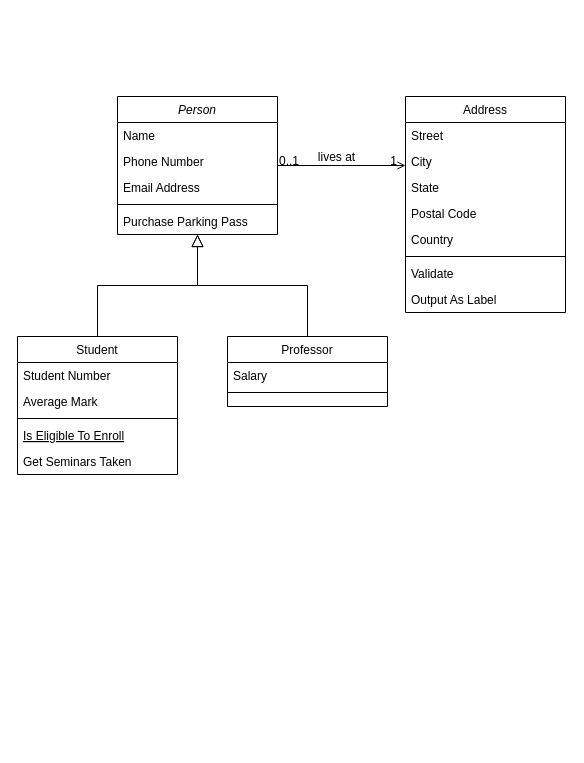
Earlier version of the draw.io diagram Clas-Diagram-Perpus-Digital.drawio (salmatsaniatul/Perpus_Digital-TEFA). Source tidied: cells renumbered, new cells numbered last; positions are measured from the earlier drawing's top-left corner, leaving out a move shared by most shapes. Both pictures are drawn from the tidied source at 100%, with x=0, y=0 at pixel (17, 96).
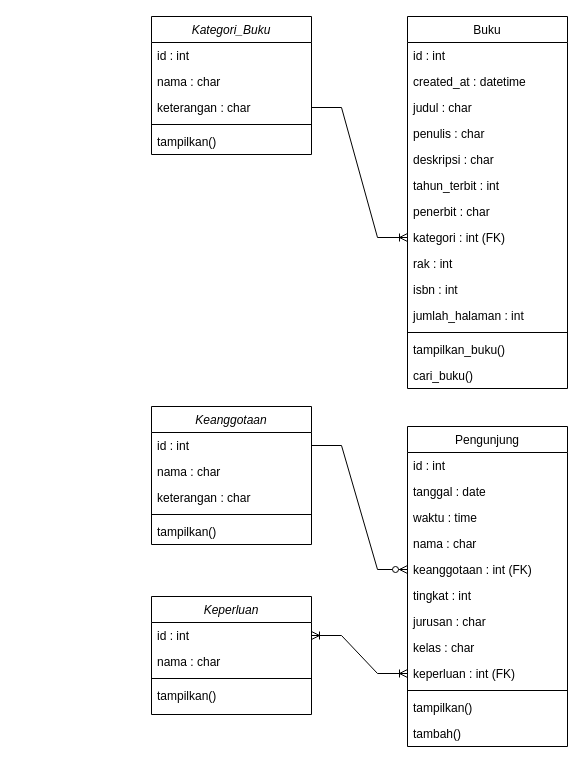
Above is the later version.

The edit, as a diff of the source:
```diff
@@
-    <mxCell id="2" value="Person" style="swimlane;fontStyle=2;align=center;verticalAlign=top;horizontal=1;startSize=26;rounded=0;shadow=0;strokeWidth=1;" parent="1" vertex="1">
-      <mxGeometry x="100" width="160" height="138" as="geometry" />
+    <mxCell id="2" value="Kategori_Buku" style="swimlane;fontStyle=2;align=center;verticalAlign=top;horizontal=1;startSize=26;rounded=0;shadow=0;strokeWidth=1;" parent="1" vertex="1">
+      <mxGeometry x="134" y="-80" width="160" height="138" as="geometry" />
     </mxCell>
-    <mxCell id="3" value="Name" style="text;align=left;verticalAlign=top;spacingLeft=4;spacingRight=4;overflow=hidden;" parent="2" vertex="1">
+    <mxCell id="3" value="id : int" style="text;align=left;verticalAlign=top;spacingLeft=4;spacingRight=4;overflow=hidden;" parent="2" vertex="1">
       <mxGeometry y="26" width="160" height="26" as="geometry" />
     </mxCell>
-    <mxCell id="4" value="Phone Number" style="text;align=left;verticalAlign=top;spacingLeft=4;spacingRight=4;overflow=hidden;rounded=0;shadow=0;html=0;" parent="2" vertex="1">
+    <mxCell id="4" value="nama : char" style="text;align=left;verticalAlign=top;spacingLeft=4;spacingRight=4;overflow=hidden;rounded=0;shadow=0;html=0;" parent="2" vertex="1">
       <mxGeometry y="52" width="160" height="26" as="geometry" />
     </mxCell>
-    <mxCell id="5" value="Email Address" style="text;align=left;verticalAlign=top;spacingLeft=4;spacingRight=4;overflow=hidden;points=[[0,0.5],[1,0.5]];portConstraint=eastwest;rounded=0;shadow=0;html=0;" parent="2" vertex="1">
+    <mxCell id="5" value="keterangan : char" style="text;align=left;verticalAlign=top;spacingLeft=4;spacingRight=4;overflow=hidden;points=[[0,0.5],[1,0.5]];portConstraint=eastwest;rounded=0;shadow=0;html=0;" parent="2" vertex="1">
       <mxGeometry y="78" width="160" height="26" as="geometry" />
     </mxCell>
@@
-    <mxCell id="7" value="Purchase Parking Pass" style="text;align=left;verticalAlign=top;spacingLeft=4;spacingRight=4;overflow=hidden;" parent="2" vertex="1">
+    <mxCell id="7" value="tampilkan()" style="text;align=left;verticalAlign=top;spacingLeft=4;spacingRight=4;overflow=hidden;" parent="2" vertex="1">
       <mxGeometry y="112" width="160" height="26" as="geometry" />
     </mxCell>
-    <mxCell id="8" value="Student" style="swimlane;fontStyle=0;align=center;verticalAlign=top;horizontal=1;startSize=26;rounded=0;shadow=0;strokeWidth=1;" parent="1" vertex="1">
-      <mxGeometry y="240" width="160" height="138" as="geometry" />
-    </mxCell>
-    <mxCell id="9" value="Student Number" style="text;align=left;verticalAlign=top;spacingLeft=4;spacingRight=4;overflow=hidden;" parent="8" vertex="1">
-      <mxGeometry y="26" width="160" height="26" as="geometry" />
-    </mxCell>
-    <mxCell id="10" value="Average Mark" style="text;align=left;verticalAlign=top;spacingLeft=4;spacingRight=4;overflow=hidden;rounded=0;shadow=0;html=0;" parent="8" vertex="1">
-      <mxGeometry y="52" width="160" height="26" as="geometry" />
-    </mxCell>
-    <mxCell id="11" style="line;html=1;strokeWidth=1;align=left;verticalAlign=middle;spacingTop=-1;spacingLeft=3;spacingRight=3;labelPosition=right;" parent="8" vertex="1">
-      <mxGeometry y="78" width="160" height="8" as="geometry" />
-    </mxCell>
-    <mxCell id="12" value="Is Eligible To Enroll" style="text;align=left;verticalAlign=top;spacingLeft=4;spacingRight=4;overflow=hidden;fontStyle=4;" parent="8" vertex="1">
-      <mxGeometry y="86" width="160" height="26" as="geometry" />
-    </mxCell>
-    <mxCell id="13" value="Get Seminars Taken" style="text;align=left;verticalAlign=top;spacingLeft=4;spacingRight=4;overflow=hidden;" parent="8" vertex="1">
-      <mxGeometry y="112" width="160" height="26" as="geometry" />
-    </mxCell>
-    <mxCell id="14" style="endArrow=block;endSize=10;endFill=0;shadow=0;strokeWidth=1;rounded=0;edgeStyle=elbowEdgeStyle;elbow=vertical;" parent="1" edge="1" source="8" target="2">
-      <mxGeometry relative="1" as="geometry" />
-    </mxCell>
-    <mxCell id="15" value="Professor" style="swimlane;fontStyle=0;align=center;verticalAlign=top;horizontal=1;startSize=26;rounded=0;shadow=0;strokeWidth=1;" parent="1" vertex="1">
-      <mxGeometry x="210" y="240" width="160" height="70" as="geometry" />
-    </mxCell>
-    <mxCell id="16" value="Salary" style="text;align=left;verticalAlign=top;spacingLeft=4;spacingRight=4;overflow=hidden;" parent="15" vertex="1">
-      <mxGeometry y="26" width="160" height="26" as="geometry" />
-    </mxCell>
-    <mxCell id="17" style="line;html=1;strokeWidth=1;align=left;verticalAlign=middle;spacingTop=-1;spacingLeft=3;spacingRight=3;labelPosition=right;" parent="15" vertex="1">
-      <mxGeometry y="52" width="160" height="8" as="geometry" />
-    </mxCell>
-    <mxCell id="18" style="endArrow=block;endSize=10;endFill=0;shadow=0;strokeWidth=1;rounded=0;edgeStyle=elbowEdgeStyle;elbow=vertical;" parent="1" edge="1" source="15" target="2">
-      <mxGeometry relative="1" as="geometry" />
-    </mxCell>
-    <mxCell id="19" value="Address" style="swimlane;fontStyle=0;align=center;verticalAlign=top;horizontal=1;startSize=26;rounded=0;shadow=0;strokeWidth=1;" parent="1" vertex="1">
-      <mxGeometry x="388" width="160" height="216" as="geometry" />
+    <mxCell id="19" value="Buku" style="swimlane;fontStyle=0;align=center;verticalAlign=top;horizontal=1;startSize=26;rounded=0;shadow=0;strokeWidth=1;" parent="1" vertex="1">
+      <mxGeometry x="390" y="-80" width="160" height="372" as="geometry" />
     </mxCell>
-    <mxCell id="20" value="Street" style="text;align=left;verticalAlign=top;spacingLeft=4;spacingRight=4;overflow=hidden;" parent="19" vertex="1">
+    <mxCell id="20" value="id : int" style="text;align=left;verticalAlign=top;spacingLeft=4;spacingRight=4;overflow=hidden;" parent="19" vertex="1">
       <mxGeometry y="26" width="160" height="26" as="geometry" />
     </mxCell>
-    <mxCell id="21" value="City" style="text;align=left;verticalAlign=top;spacingLeft=4;spacingRight=4;overflow=hidden;rounded=0;shadow=0;html=0;" parent="19" vertex="1">
+    <mxCell id="21" value="created_at : datetime" style="text;align=left;verticalAlign=top;spacingLeft=4;spacingRight=4;overflow=hidden;rounded=0;shadow=0;html=0;" parent="19" vertex="1">
       <mxGeometry y="52" width="160" height="26" as="geometry" />
     </mxCell>
-    <mxCell id="22" value="State" style="text;align=left;verticalAlign=top;spacingLeft=4;spacingRight=4;overflow=hidden;rounded=0;shadow=0;html=0;" parent="19" vertex="1">
+    <mxCell id="22" value="judul : char" style="text;align=left;verticalAlign=top;spacingLeft=4;spacingRight=4;overflow=hidden;rounded=0;shadow=0;html=0;" parent="19" vertex="1">
       <mxGeometry y="78" width="160" height="26" as="geometry" />
     </mxCell>
-    <mxCell id="23" value="Postal Code" style="text;align=left;verticalAlign=top;spacingLeft=4;spacingRight=4;overflow=hidden;rounded=0;shadow=0;html=0;" parent="19" vertex="1">
+    <mxCell id="23" value="penulis : char" style="text;align=left;verticalAlign=top;spacingLeft=4;spacingRight=4;overflow=hidden;rounded=0;shadow=0;html=0;" parent="19" vertex="1">
       <mxGeometry y="104" width="160" height="26" as="geometry" />
     </mxCell>
-    <mxCell id="24" value="Country" style="text;align=left;verticalAlign=top;spacingLeft=4;spacingRight=4;overflow=hidden;rounded=0;shadow=0;html=0;" parent="19" vertex="1">
+    <mxCell id="24" value="deskripsi : char" style="text;align=left;verticalAlign=top;spacingLeft=4;spacingRight=4;overflow=hidden;rounded=0;shadow=0;html=0;" parent="19" vertex="1">
       <mxGeometry y="130" width="160" height="26" as="geometry" />
     </mxCell>
+    <mxCell id="32" value="tahun_terbit : int" style="text;align=left;verticalAlign=top;spacingLeft=4;spacingRight=4;overflow=hidden;rounded=0;shadow=0;html=0;" parent="19" vertex="1">
+      <mxGeometry y="156" width="160" height="26" as="geometry" />
+    </mxCell>
+    <mxCell id="33" value="penerbit : char" style="text;align=left;verticalAlign=top;spacingLeft=4;spacingRight=4;overflow=hidden;rounded=0;shadow=0;html=0;" parent="19" vertex="1">
+      <mxGeometry y="182" width="160" height="26" as="geometry" />
+    </mxCell>
+    <mxCell id="34" value="kategori : int (FK)" style="text;align=left;verticalAlign=top;spacingLeft=4;spacingRight=4;overflow=hidden;points=[[0,0.5],[1,0.5]];portConstraint=eastwest;rounded=0;shadow=0;html=0;" parent="19" vertex="1">
+      <mxGeometry y="208" width="160" height="26" as="geometry" />
+    </mxCell>
+    <mxCell id="35" value="rak : int" style="text;align=left;verticalAlign=top;spacingLeft=4;spacingRight=4;overflow=hidden;rounded=0;shadow=0;html=0;" parent="19" vertex="1">
+      <mxGeometry y="234" width="160" height="26" as="geometry" />
+    </mxCell>
+    <mxCell id="36" value="isbn : int" style="text;align=left;verticalAlign=top;spacingLeft=4;spacingRight=4;overflow=hidden;rounded=0;shadow=0;html=0;" parent="19" vertex="1">
+      <mxGeometry y="260" width="160" height="26" as="geometry" />
+    </mxCell>
+    <mxCell id="37" value="jumlah_halaman : int" style="text;align=left;verticalAlign=top;spacingLeft=4;spacingRight=4;overflow=hidden;rounded=0;shadow=0;html=0;" parent="19" vertex="1">
+      <mxGeometry y="286" width="160" height="26" as="geometry" />
+    </mxCell>
     <mxCell id="25" style="line;html=1;strokeWidth=1;align=left;verticalAlign=middle;spacingTop=-1;spacingLeft=3;spacingRight=3;labelPosition=right;" parent="19" vertex="1">
-      <mxGeometry y="156" width="160" height="8" as="geometry" />
+      <mxGeometry y="312" width="160" height="8" as="geometry" />
     </mxCell>
-    <mxCell id="26" value="Validate" style="text;align=left;verticalAlign=top;spacingLeft=4;spacingRight=4;overflow=hidden;" parent="19" vertex="1">
-      <mxGeometry y="164" width="160" height="26" as="geometry" />
+    <mxCell id="26" value="tampilkan_buku()" style="text;align=left;verticalAlign=top;spacingLeft=4;spacingRight=4;overflow=hidden;" parent="19" vertex="1">
+      <mxGeometry y="320" width="160" height="26" as="geometry" />
     </mxCell>
-    <mxCell id="27" value="Output As Label" style="text;align=left;verticalAlign=top;spacingLeft=4;spacingRight=4;overflow=hidden;" parent="19" vertex="1">
-      <mxGeometry y="190" width="160" height="26" as="geometry" />
+    <mxCell id="27" value="cari_buku()" style="text;align=left;verticalAlign=top;spacingLeft=4;spacingRight=4;overflow=hidden;" parent="19" vertex="1">
+      <mxGeometry y="346" width="160" height="26" as="geometry" />
     </mxCell>
-    <mxCell id="28" style="endArrow=open;shadow=0;strokeWidth=1;rounded=0;endFill=1;edgeStyle=elbowEdgeStyle;elbow=vertical;" parent="1" edge="1" source="2" target="19">
-      <mxGeometry x="0.5" y="41" relative="1" as="geometry">
-        <mxPoint x="-40" y="32" as="offset" />
-      </mxGeometry>
-    </mxCell>
-    <mxCell id="29" value="0..1" style="align=left;verticalAlign=bottom;labelBackgroundColor=none;fontSize=12;" parent="28" vertex="1">
-      <mxGeometry x="-1" relative="1" as="geometry">
-        <mxPoint y="4" as="offset" />
-      </mxGeometry>
-    </mxCell>
-    <mxCell id="30" value="1" style="align=right;verticalAlign=bottom;labelBackgroundColor=none;fontSize=12;" parent="28" vertex="1">
-      <mxGeometry x="1" relative="1" as="geometry">
-        <mxPoint x="-7" y="4" as="offset" />
-      </mxGeometry>
-    </mxCell>
-    <mxCell id="31" value="lives at" style="text;html=1;align=center;verticalAlign=middle;labelBackgroundColor=none;rounded=0;shadow=0;strokeWidth=1;fontSize=12;" parent="28" vertex="1">
-      <mxGeometry x="0.5" y="49" relative="1" as="geometry">
-        <mxPoint x="-38" y="40" as="offset" />
-      </mxGeometry>
-    </mxCell>
+    <mxCell id="38" value="Pengunjung" style="swimlane;fontStyle=0;align=center;verticalAlign=top;horizontal=1;startSize=26;rounded=0;shadow=0;strokeWidth=1;" parent="1" vertex="1">
+      <mxGeometry x="390" y="330" width="160" height="320" as="geometry" />
+    </mxCell>
+    <mxCell id="39" value="id : int" style="text;align=left;verticalAlign=top;spacingLeft=4;spacingRight=4;overflow=hidden;" parent="38" vertex="1">
+      <mxGeometry y="26" width="160" height="26" as="geometry" />
+    </mxCell>
+    <mxCell id="40" value="tanggal : date" style="text;align=left;verticalAlign=top;spacingLeft=4;spacingRight=4;overflow=hidden;rounded=0;shadow=0;html=0;" parent="38" vertex="1">
+      <mxGeometry y="52" width="160" height="26" as="geometry" />
+    </mxCell>
+    <mxCell id="41" value="waktu : time" style="text;align=left;verticalAlign=top;spacingLeft=4;spacingRight=4;overflow=hidden;rounded=0;shadow=0;html=0;" parent="38" vertex="1">
+      <mxGeometry y="78" width="160" height="26" as="geometry" />
+    </mxCell>
+    <mxCell id="42" value="nama : char" style="text;align=left;verticalAlign=top;spacingLeft=4;spacingRight=4;overflow=hidden;rounded=0;shadow=0;html=0;" parent="38" vertex="1">
+      <mxGeometry y="104" width="160" height="26" as="geometry" />
+    </mxCell>
+    <mxCell id="43" value="keanggotaan : int (FK)" style="text;align=left;verticalAlign=top;spacingLeft=4;spacingRight=4;overflow=hidden;points=[[0,0.5],[1,0.5]];portConstraint=eastwest;rounded=0;shadow=0;html=0;" parent="38" vertex="1">
+      <mxGeometry y="130" width="160" height="26" as="geometry" />
+    </mxCell>
+    <mxCell id="44" value="tingkat : int" style="text;align=left;verticalAlign=top;spacingLeft=4;spacingRight=4;overflow=hidden;rounded=0;shadow=0;html=0;" parent="38" vertex="1">
+      <mxGeometry y="156" width="160" height="26" as="geometry" />
+    </mxCell>
+    <mxCell id="45" value="jurusan : char" style="text;align=left;verticalAlign=top;spacingLeft=4;spacingRight=4;overflow=hidden;rounded=0;shadow=0;html=0;" parent="38" vertex="1">
+      <mxGeometry y="182" width="160" height="26" as="geometry" />
+    </mxCell>
+    <mxCell id="46" value="kelas : char" style="text;align=left;verticalAlign=top;spacingLeft=4;spacingRight=4;overflow=hidden;rounded=0;shadow=0;html=0;" parent="38" vertex="1">
+      <mxGeometry y="208" width="160" height="26" as="geometry" />
+    </mxCell>
+    <mxCell id="47" value="keperluan : int (FK)" style="text;align=left;verticalAlign=top;spacingLeft=4;spacingRight=4;overflow=hidden;points=[[0,0.5],[1,0.5]];portConstraint=eastwest;rounded=0;shadow=0;html=0;" parent="38" vertex="1">
+      <mxGeometry y="234" width="160" height="26" as="geometry" />
+    </mxCell>
+    <mxCell id="48" style="line;html=1;strokeWidth=1;align=left;verticalAlign=middle;spacingTop=-1;spacingLeft=3;spacingRight=3;labelPosition=right;" parent="38" vertex="1">
+      <mxGeometry y="260" width="160" height="8" as="geometry" />
+    </mxCell>
+    <mxCell id="49" value="tampilkan()" style="text;align=left;verticalAlign=top;spacingLeft=4;spacingRight=4;overflow=hidden;" parent="38" vertex="1">
+      <mxGeometry y="268" width="160" height="26" as="geometry" />
+    </mxCell>
+    <mxCell id="50" value="tambah()" style="text;align=left;verticalAlign=top;spacingLeft=4;spacingRight=4;overflow=hidden;" parent="38" vertex="1">
+      <mxGeometry y="294" width="160" height="26" as="geometry" />
+    </mxCell>
+    <mxCell id="51" value="Keanggotaan" style="swimlane;fontStyle=2;align=center;verticalAlign=top;horizontal=1;startSize=26;rounded=0;shadow=0;strokeWidth=1;" parent="1" vertex="1">
+      <mxGeometry x="134" y="310" width="160" height="138" as="geometry" />
+    </mxCell>
+    <mxCell id="52" value="id : int" style="text;align=left;verticalAlign=top;spacingLeft=4;spacingRight=4;overflow=hidden;points=[[0,0.5],[1,0.5]];portConstraint=eastwest;" parent="51" vertex="1">
+      <mxGeometry y="26" width="160" height="26" as="geometry" />
+    </mxCell>
+    <mxCell id="53" value="nama : char" style="text;align=left;verticalAlign=top;spacingLeft=4;spacingRight=4;overflow=hidden;rounded=0;shadow=0;html=0;" parent="51" vertex="1">
+      <mxGeometry y="52" width="160" height="26" as="geometry" />
+    </mxCell>
+    <mxCell id="54" value="keterangan : char" style="text;align=left;verticalAlign=top;spacingLeft=4;spacingRight=4;overflow=hidden;rounded=0;shadow=0;html=0;" parent="51" vertex="1">
+      <mxGeometry y="78" width="160" height="26" as="geometry" />
+    </mxCell>
+    <mxCell id="55" style="line;html=1;strokeWidth=1;align=left;verticalAlign=middle;spacingTop=-1;spacingLeft=3;spacingRight=3;labelPosition=right;" parent="51" vertex="1">
+      <mxGeometry y="104" width="160" height="8" as="geometry" />
+    </mxCell>
+    <mxCell id="56" value="tampilkan()" style="text;align=left;verticalAlign=top;spacingLeft=4;spacingRight=4;overflow=hidden;" parent="51" vertex="1">
+      <mxGeometry y="112" width="160" height="26" as="geometry" />
+    </mxCell>
+    <mxCell id="57" value="Keperluan" style="swimlane;fontStyle=2;align=center;verticalAlign=top;horizontal=1;startSize=26;rounded=0;shadow=0;strokeWidth=1;" parent="1" vertex="1">
+      <mxGeometry x="134" y="500" width="160" height="118" as="geometry" />
+    </mxCell>
+    <mxCell id="58" value="id : int" style="text;align=left;verticalAlign=top;spacingLeft=4;spacingRight=4;overflow=hidden;points=[[0,0.5],[1,0.5]];portConstraint=eastwest;" parent="57" vertex="1">
+      <mxGeometry y="26" width="160" height="26" as="geometry" />
+    </mxCell>
+    <mxCell id="59" value="nama : char" style="text;align=left;verticalAlign=top;spacingLeft=4;spacingRight=4;overflow=hidden;rounded=0;shadow=0;html=0;" parent="57" vertex="1">
+      <mxGeometry y="52" width="160" height="26" as="geometry" />
+    </mxCell>
+    <mxCell id="11" style="line;html=1;strokeWidth=1;align=left;verticalAlign=middle;spacingTop=-1;spacingLeft=3;spacingRight=3;labelPosition=right;" parent="57" vertex="1">
+      <mxGeometry y="78" width="160" height="8" as="geometry" />
+    </mxCell>
+    <mxCell id="60" value="tampilkan()" style="text;align=left;verticalAlign=top;spacingLeft=4;spacingRight=4;overflow=hidden;" parent="57" vertex="1">
+      <mxGeometry y="86" width="160" height="28" as="geometry" />
+    </mxCell>
+    <mxCell id="61" style="edgeStyle=entityRelationEdgeStyle;fontSize=12;html=1;endArrow=ERoneToMany;rounded=0;exitX=1;exitY=0.5;exitDx=0;exitDy=0;entryX=0;entryY=0.5;entryDx=0;entryDy=0;" parent="1" edge="1" source="5" target="34">
+      <mxGeometry relative="1" as="geometry">
+        <Array as="points">
+          <mxPoint x="430" y="-100" />
+        </Array>
+      </mxGeometry>
+    </mxCell>
+    <mxCell id="62" style="edgeStyle=entityRelationEdgeStyle;fontSize=12;html=1;endArrow=ERzeroToMany;endFill=1;rounded=0;exitX=1;exitY=0.5;exitDx=0;exitDy=0;entryX=0;entryY=0.5;entryDx=0;entryDy=0;" parent="1" edge="1" source="52" target="43">
+      <mxGeometry relative="1" as="geometry">
+        <Array as="points">
+          <mxPoint x="360" y="450" />
+          <mxPoint x="380" y="420" />
+          <mxPoint x="370" y="410" />
+        </Array>
+      </mxGeometry>
+    </mxCell>
+    <mxCell id="63" style="edgeStyle=entityRelationEdgeStyle;fontSize=12;html=1;endArrow=ERoneToMany;startArrow=ERoneToMany;rounded=0;exitX=1;exitY=0.5;exitDx=0;exitDy=0;entryX=0;entryY=0.5;entryDx=0;entryDy=0;" parent="1" edge="1" source="58" target="47">
+      <mxGeometry relative="1" as="geometry">
+        <Array as="points">
+          <mxPoint x="370" y="540" />
+          <mxPoint x="380" y="520" />
+        </Array>
+      </mxGeometry>
+    </mxCell>
```
